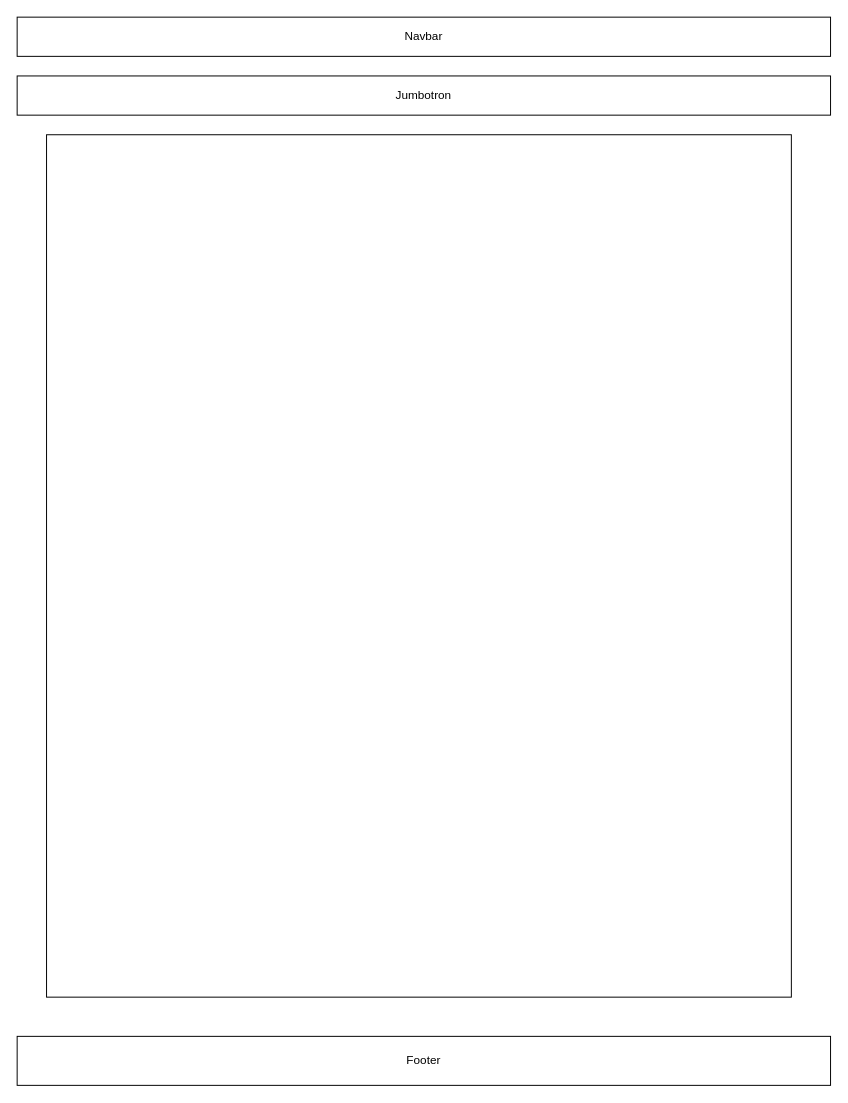
Before: page "AugRealRoutes" (9 of 9) of Untitled Diagram.drawio in the-master-chefs/rockclimbingapp, a draw.io diagram. Source tidied: cells renumbered, new cells numbered last; positions are measured from the earlier drawing's top-left corner, leaving out a move shared by most shapes. Both pictures are drawn from the tidied source at 98%, with x=0, y=0 at pixel (17, 17).
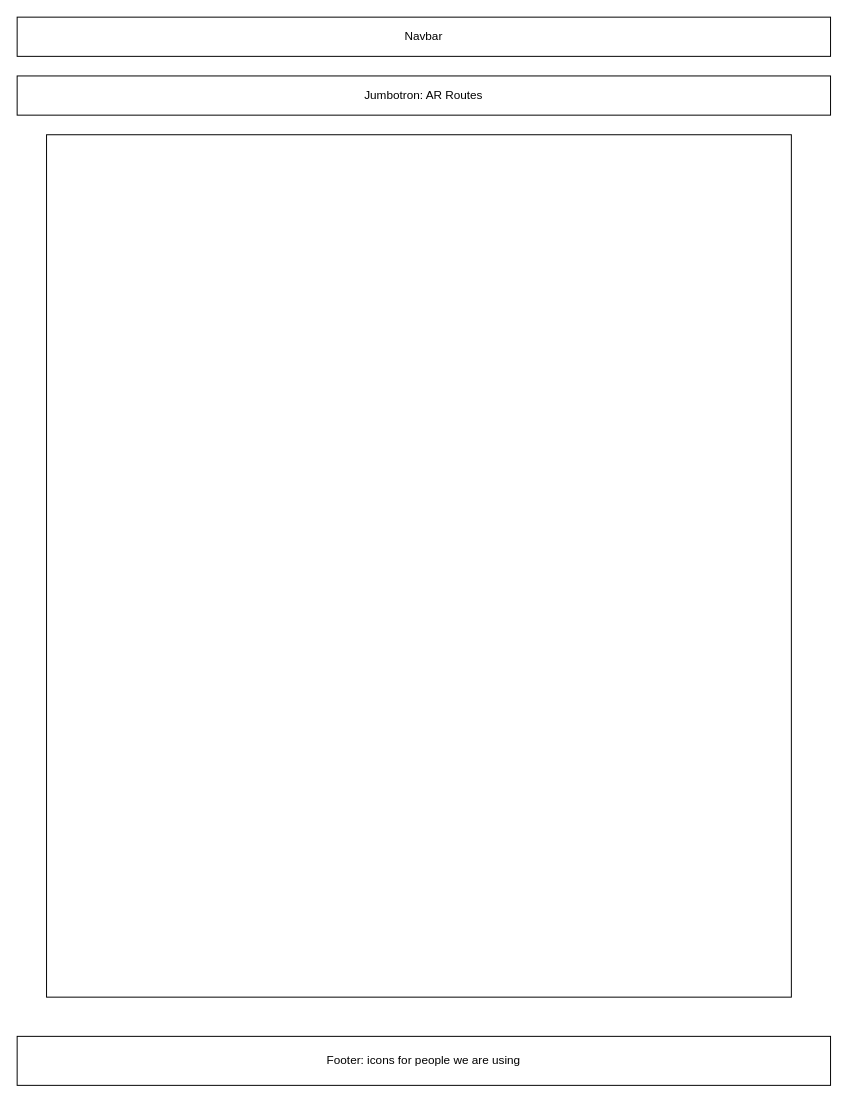
After the change.

Change to the diagram source:
```diff
@@
 <mxGraphModel>
   <root>
     <mxCell id="0" />
     <mxCell id="1" parent="0" />
-    <mxCell id="2" value="Footer" style="rounded=0;whiteSpace=wrap;html=1;" parent="1" vertex="1">
+    <mxCell id="2" value="Footer: icons for people we are using" style="rounded=0;whiteSpace=wrap;html=1;" parent="1" vertex="1">
       <mxGeometry y="1040" width="830" height="50" as="geometry" />
     </mxCell>
     <mxCell id="3" value="Navbar" style="rounded=0;whiteSpace=wrap;html=1;" parent="1" vertex="1">
       <mxGeometry width="830" height="40" as="geometry" />
     </mxCell>
-    <mxCell id="4" value="Jumbotron" style="rounded=0;whiteSpace=wrap;html=1;" parent="1" vertex="1">
+    <mxCell id="4" value="Jumbotron: AR Routes" style="rounded=0;whiteSpace=wrap;html=1;" parent="1" vertex="1">
       <mxGeometry y="60" width="830" height="40" as="geometry" />
     </mxCell>
     <mxCell id="5" style="rounded=0;whiteSpace=wrap;html=1;" parent="1" vertex="1">
       <mxGeometry x="30" y="120" width="760" height="880" as="geometry" />
     </mxCell>
   </root>
 </mxGraphModel>
```
